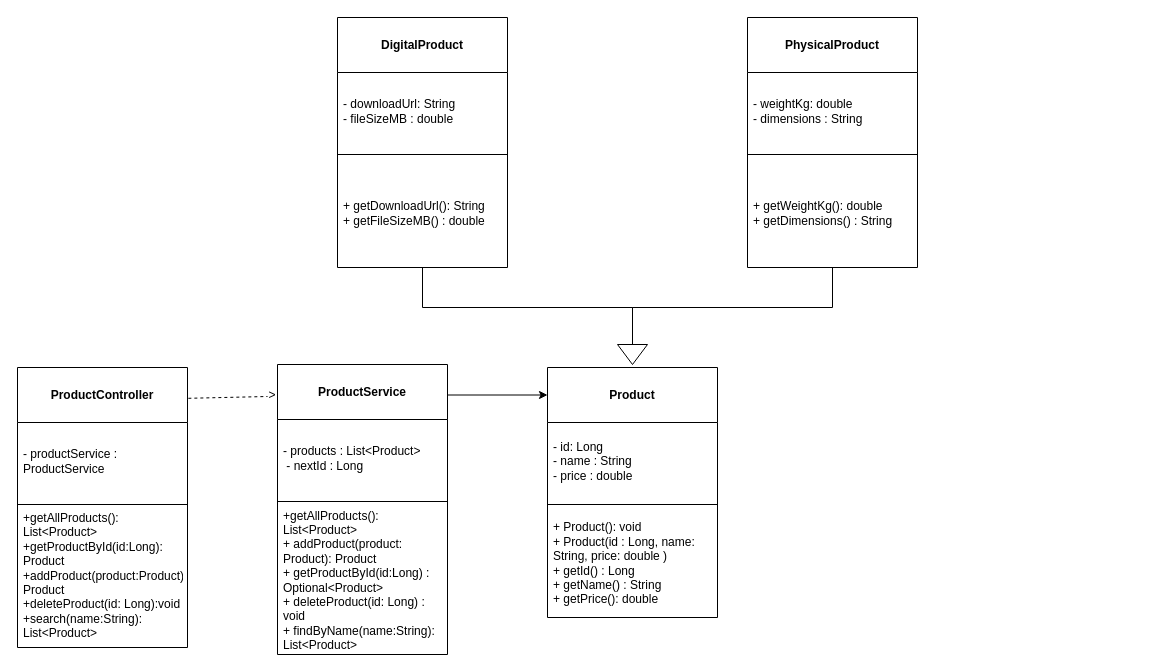
This is docs/uml/Product.drawio.xml from szthaarnav/products-api, a draw.io file, before an edit. Source tidied: cells renumbered, new cells numbered last; positions are measured from the earlier drawing's top-left corner, leaving out a move shared by most shapes. Both pictures are drawn from the tidied source at 100%, with x=0, y=0 at pixel (17, 17).
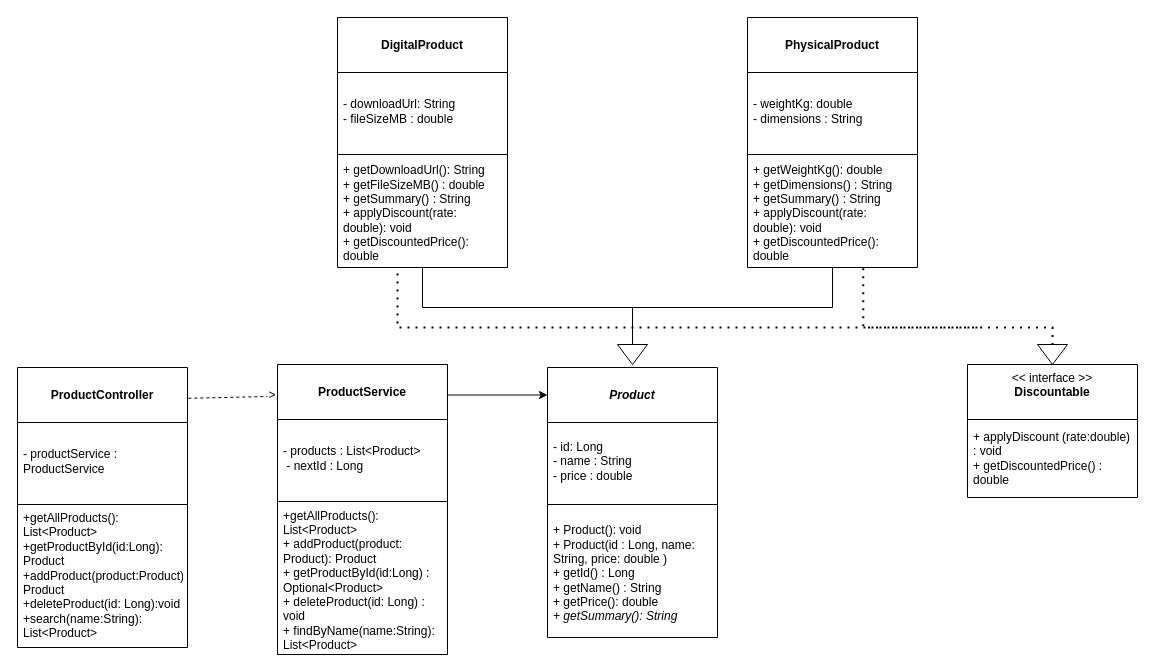
After the change.

Commit message (it also covers changes not shown here):
Tutorial 5: polymorphism — getSummary override and Discountable interface

The change refers to these unchanged cells:
```xml
<mxCell id="18" value="&lt;br&gt;&lt;b&gt;DigitalProduct&lt;/b&gt;&lt;div&gt;&lt;br&gt;&lt;/div&gt;" style="swimlane;fontStyle=0;align=center;verticalAlign=top;horizontal=1;startSize=55;html=1;whiteSpace=wrap;" parent="1" vertex="1">
  <mxGeometry x="320" width="170" height="250" as="geometry" />
</mxCell>
<mxCell id="22" value="&lt;br&gt;&lt;b&gt;PhysicalProduct&lt;/b&gt;&lt;div&gt;&lt;br&gt;&lt;/div&gt;" style="swimlane;fontStyle=0;align=center;verticalAlign=top;horizontal=1;startSize=55;html=1;whiteSpace=wrap;" parent="1" vertex="1">
  <mxGeometry x="730" width="170" height="250" as="geometry" />
</mxCell>
```

Change to the diagram source:
```diff
@@
-    <mxCell id="2" value="&lt;br&gt;&lt;b&gt;Product&lt;/b&gt;&lt;div&gt;&lt;br/&gt;&lt;/div&gt;" style="swimlane;fontStyle=0;align=center;verticalAlign=top;horizontal=1;startSize=55;html=1;whiteSpace=wrap;" parent="1" vertex="1">
-      <mxGeometry x="530" y="350" width="170" height="250" as="geometry" />
+    <mxCell id="2" value="&lt;i&gt;&lt;br&gt;&lt;b&gt;Product&lt;/b&gt;&lt;/i&gt;&lt;div&gt;&lt;br&gt;&lt;/div&gt;" style="swimlane;fontStyle=0;align=center;verticalAlign=top;horizontal=1;startSize=55;html=1;whiteSpace=wrap;" parent="1" vertex="1">
+      <mxGeometry x="530" y="350" width="170" height="270" as="geometry" />
     </mxCell>
@@
-    <mxCell id="5" value="+ Product(): void&lt;div&gt;+ Product(id : Long, name: String, price: double )&lt;/div&gt;&lt;div&gt;+ getId() : Long&lt;/div&gt;&lt;div&gt;+ getName() : String&lt;/div&gt;&lt;div&gt;+ getPrice(): double&lt;/div&gt;" style="text;html=1;strokeColor=none;fillColor=none;align=left;verticalAlign=middle;spacingLeft=4;spacingRight=4;overflow=hidden;whiteSpace=wrap;" parent="2" vertex="1">
-      <mxGeometry y="141" width="170" height="109" as="geometry" />
+    <mxCell id="5" value="+ Product(): void&lt;div&gt;+ Product(id : Long, name: String, price: double )&lt;/div&gt;&lt;div&gt;+ getId() : Long&lt;/div&gt;&lt;div&gt;+ getName() : String&lt;/div&gt;&lt;div&gt;+ getPrice(): double&lt;/div&gt;&lt;div&gt;&lt;i&gt;+ getSummary(): String&lt;/i&gt;&lt;/div&gt;" style="text;html=1;strokeColor=none;fillColor=none;align=left;verticalAlign=middle;spacingLeft=4;spacingRight=4;overflow=hidden;whiteSpace=wrap;" parent="2" vertex="1">
+      <mxGeometry y="141" width="170" height="129" as="geometry" />
     </mxCell>
@@
-    <mxCell id="21" value="+ getDownloadUrl(): String&lt;div&gt;+ getFileSizeMB() : double&lt;br&gt;&lt;/div&gt;" style="text;html=1;strokeColor=none;fillColor=none;align=left;verticalAlign=middle;spacingLeft=4;spacingRight=4;overflow=hidden;whiteSpace=wrap;" parent="18" vertex="1">
+    <mxCell id="21" value="+ getDownloadUrl(): String&lt;div&gt;+ getFileSizeMB() : double&lt;br&gt;+ getSummary() : String&lt;/div&gt;&lt;div&gt;+&amp;nbsp;applyDiscount(rate: double): void&lt;/div&gt;&lt;div&gt;+ getDiscountedPrice(): double&lt;/div&gt;" style="text;html=1;strokeColor=none;fillColor=none;align=left;verticalAlign=middle;spacingLeft=4;spacingRight=4;overflow=hidden;whiteSpace=wrap;" parent="18" vertex="1">
       <mxGeometry y="141" width="170" height="109" as="geometry" />
     </mxCell>
@@
-    <mxCell id="25" value="+ getWeightKg(): double&lt;div&gt;+ getDimensions() : String&lt;/div&gt;" style="text;html=1;strokeColor=none;fillColor=none;align=left;verticalAlign=middle;spacingLeft=4;spacingRight=4;overflow=hidden;points=[[0,0.5],[1,0.5]];portConstraint=eastwest;whiteSpace=wrap;" parent="22" vertex="1">
+    <mxCell id="25" value="+ getWeightKg(): double&lt;div&gt;+ getDimensions() : String&lt;br&gt;&lt;div&gt;+ getSummary() : String&lt;br&gt;+ applyDiscount(rate: double): void&lt;/div&gt;&lt;div&gt;+ getDiscountedPrice(): double&lt;/div&gt;&lt;/div&gt;" style="text;html=1;strokeColor=none;fillColor=none;align=left;verticalAlign=middle;spacingLeft=4;spacingRight=4;overflow=hidden;points=[[0,0.5],[1,0.5]];portConstraint=eastwest;whiteSpace=wrap;" parent="22" vertex="1">
       <mxGeometry y="141" width="170" height="109" as="geometry" />
     </mxCell>
@@
+    <mxCell id="28" value="&amp;lt;&amp;lt; interface &amp;gt;&amp;gt;&lt;br&gt;&lt;b&gt;Discountable&lt;/b&gt;&lt;div&gt;&lt;br&gt;&lt;/div&gt;" style="swimlane;fontStyle=0;align=center;verticalAlign=top;horizontal=1;startSize=55;html=1;whiteSpace=wrap;" parent="1" vertex="1">
+      <mxGeometry x="950" y="347" width="170" height="133" as="geometry" />
+    </mxCell>
+    <mxCell id="29" value="&lt;div&gt;+ applyDiscount (rate:double) : void&lt;/div&gt;&lt;div&gt;+ getDiscountedPrice() : double&lt;/div&gt;" style="text;html=1;strokeColor=none;fillColor=none;align=left;verticalAlign=middle;spacingLeft=4;spacingRight=4;overflow=hidden;whiteSpace=wrap;" parent="28" vertex="1">
+      <mxGeometry y="55" width="170" height="78" as="geometry" />
+    </mxCell>
+    <mxCell id="30" style="triangle;whiteSpace=wrap;html=1;shapeInside=1;rotation=90;" parent="1" vertex="1">
+      <mxGeometry x="1025" y="322" width="20" height="30" as="geometry" />
+    </mxCell>
+    <mxCell id="31" style="endArrow=none;dashed=1;html=1;dashPattern=1 3;strokeWidth=2;rounded=0;defaultLabelBackgroundColor=page;exitX=0.681;exitY=1.007;exitDx=0;exitDy=0;exitPerimeter=0;entryX=0;entryY=0.5;entryDx=0;entryDy=0;" parent="1" edge="1" source="25" target="30">
+      <mxGeometry x="0.04" relative="1" as="geometry">
+        <Array as="points">
+          <mxPoint x="845.8" y="310" />
+          <mxPoint x="1035" y="310" />
+        </Array>
+      </mxGeometry>
+    </mxCell>
+    <mxCell id="32" style="endArrow=none;dashed=1;html=1;dashPattern=1 3;strokeWidth=2;rounded=0;defaultLabelBackgroundColor=page;" parent="1" edge="1">
+      <mxGeometry relative="1" as="geometry">
+        <mxPoint x="960" y="310" as="sourcePoint" />
+        <mxPoint x="380" y="250" as="targetPoint" />
+        <Array as="points">
+          <mxPoint x="380" y="310" />
+        </Array>
+      </mxGeometry>
+    </mxCell>
```
